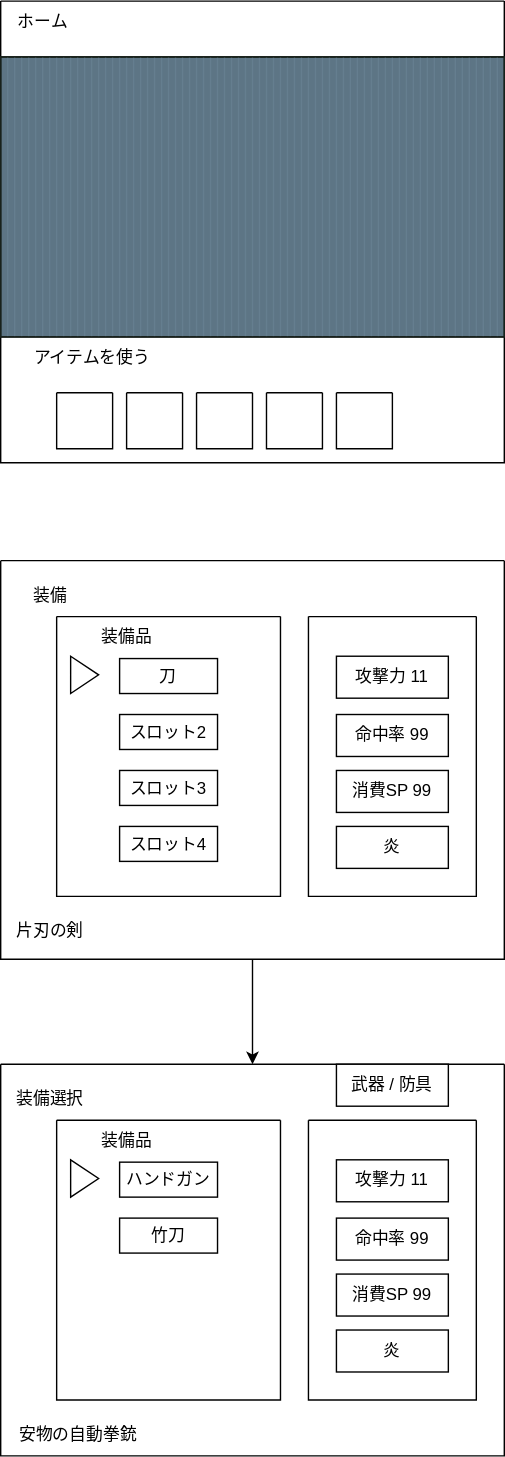
Before: docs/images/20231210home.drawio.svg, a diagram exported from draw.io (kijimaD/ruins). Source tidied: cells renumbered, new cells last; positions are measured from the earlier drawing's top-left corner, leaving out a move shared by most shapes.
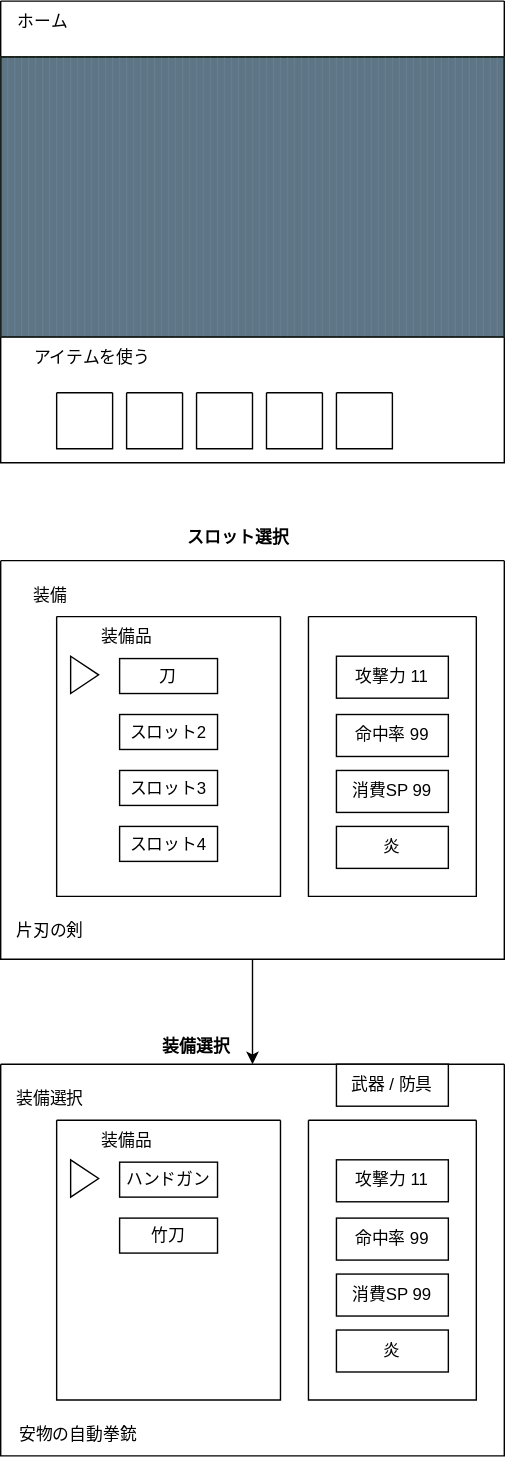
After the commit.

What changed in the source:
```diff
@@ -122,5 +122,11 @@
     <mxCell id="41" value="武器 / 防具" style="whiteSpace=wrap;html=1;" parent="28" vertex="1">
       <mxGeometry x="240" width="80" height="30" as="geometry" />
     </mxCell>
+    <mxCell id="42" value="スロット選択" style="text;align=center;fontStyle=1;verticalAlign=middle;spacingLeft=3;spacingRight=3;strokeColor=none;" parent="1" vertex="1">
+      <mxGeometry x="130" y="370" width="80" height="26" as="geometry" />
+    </mxCell>
+    <mxCell id="43" value="装備選択" style="text;align=center;fontStyle=1;verticalAlign=middle;spacingLeft=3;spacingRight=3;strokeColor=none;" parent="1" vertex="1">
+      <mxGeometry x="100" y="734" width="80" height="26" as="geometry" />
+    </mxCell>
   </root>
 </mxGraphModel>
```
